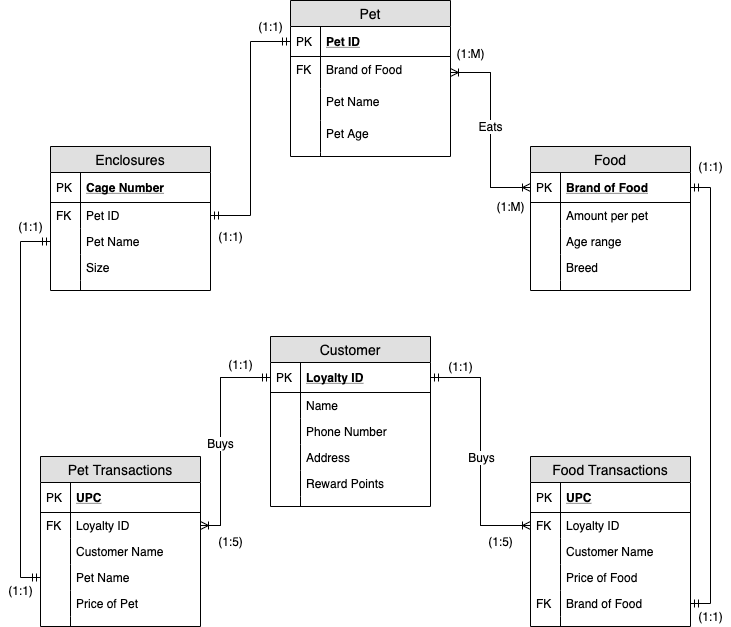
Before: introduction/Pet Shop.png, a diagram exported from draw.io (ors5075/IST210). Source tidied: cells renumbered, new cells last; positions are measured from the earlier drawing's top-left corner, leaving out a move shared by most shapes.
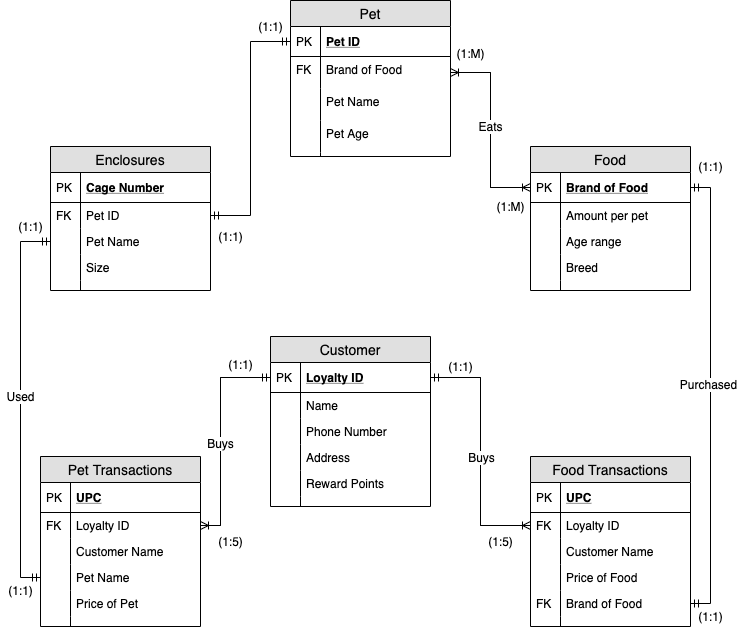
The same diagram one commit later.

Change to the diagram source:
```diff
@@ -310,6 +310,9 @@
     <mxCell id="92" style="edgeStyle=orthogonalEdgeStyle;rounded=0;jettySize=auto;html=1;exitX=0;exitY=0.5;exitDx=0;exitDy=0;entryX=0;entryY=0.5;entryDx=0;entryDy=0;startArrow=ERmandOne;startFill=0;endArrow=ERmandOne;endFill=0;" parent="1" edge="1" source="55" target="68">
       <mxGeometry relative="1" as="geometry" />
     </mxCell>
+    <mxCell id="98" value="Used" style="text;html=1;align=center;verticalAlign=middle;labelBackgroundColor=#ffffff;" parent="92" vertex="1">
+      <mxGeometry x="-0.05" y="-1" relative="1" as="geometry" />
+    </mxCell>
     <mxCell id="93" value="(1:1)" style="text;html=1;align=center;verticalAlign=middle;" parent="1" vertex="1">
       <mxGeometry y="580" width="40" height="20" as="geometry" />
     </mxCell>
@@ -319,6 +322,9 @@
     <mxCell id="95" style="edgeStyle=orthogonalEdgeStyle;rounded=0;jettySize=auto;html=1;exitX=1;exitY=0.5;exitDx=0;exitDy=0;entryX=1;entryY=0.5;entryDx=0;entryDy=0;startArrow=ERmandOne;startFill=0;endArrow=ERmandOne;endFill=0;" parent="1" edge="1" source="14" target="46">
       <mxGeometry relative="1" as="geometry" />
     </mxCell>
+    <mxCell id="99" value="Purchased" style="text;html=1;align=center;verticalAlign=middle;labelBackgroundColor=#ffffff;" parent="95" vertex="1">
+      <mxGeometry x="-0.05" y="-3" relative="1" as="geometry" />
+    </mxCell>
     <mxCell id="96" value="(1:1)" style="text;html=1;align=center;verticalAlign=middle;" parent="1" vertex="1">
       <mxGeometry x="690" y="156" width="40" height="20" as="geometry" />
     </mxCell>
```
